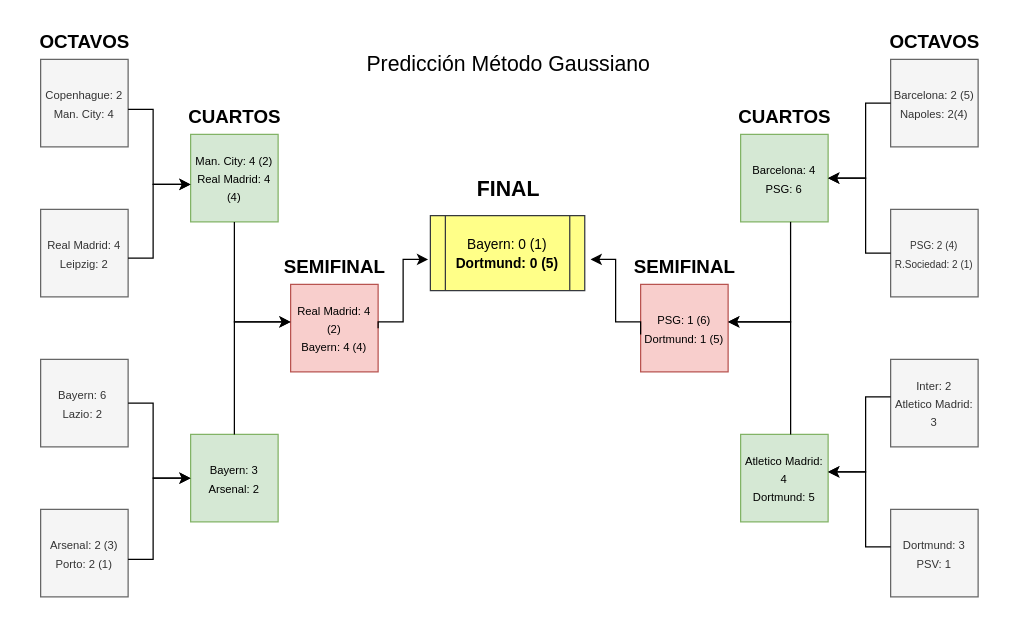
Above: Met Gaussiano/Resultados/eliminatoria1.drawio in joseluis031/red_neuronal_profunda (draw.io), before the change. Source tidied: cells renumbered, new cells numbered last; positions are measured from the earlier drawing's top-left corner, leaving out a move shared by most shapes. Both pictures are drawn from the tidied source at 125%, with x=0, y=0 at pixel (21, 21).
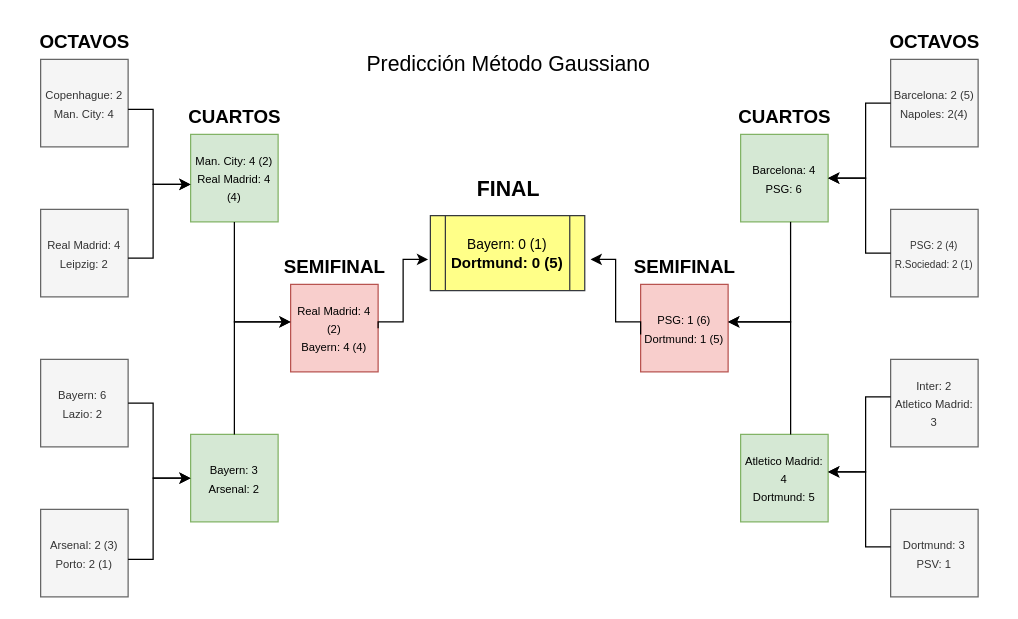
The same page after the edit.

The edit, as a diff of the source:
```diff
@@
-    <mxCell id="16" value="&lt;font style=&quot;font-size: 11px;&quot;&gt;Bayern: 0 (1)&lt;br&gt;&lt;b&gt;Dortmund: 0 (5)&lt;/b&gt;&lt;/font&gt;" style="shape=process;whiteSpace=wrap;html=1;backgroundOutline=1;fillColor=#ffff88;strokeColor=#36393d;" parent="1" vertex="1">
+    <mxCell id="16" value="&lt;font style=&quot;&quot;&gt;&lt;span style=&quot;font-size: 11px;&quot;&gt;Bayern: 0 (1)&lt;/span&gt;&lt;br&gt;&lt;b style=&quot;&quot;&gt;&lt;font style=&quot;font-size: 12px;&quot;&gt;Dortmund: 0 (5)&lt;/font&gt;&lt;/b&gt;&lt;/font&gt;" style="shape=process;whiteSpace=wrap;html=1;backgroundOutline=1;fillColor=#ffff88;strokeColor=#36393d;" parent="1" vertex="1">
       <mxGeometry x="326.8" y="155" width="123.5" height="60" as="geometry" />
     </mxCell>
```
